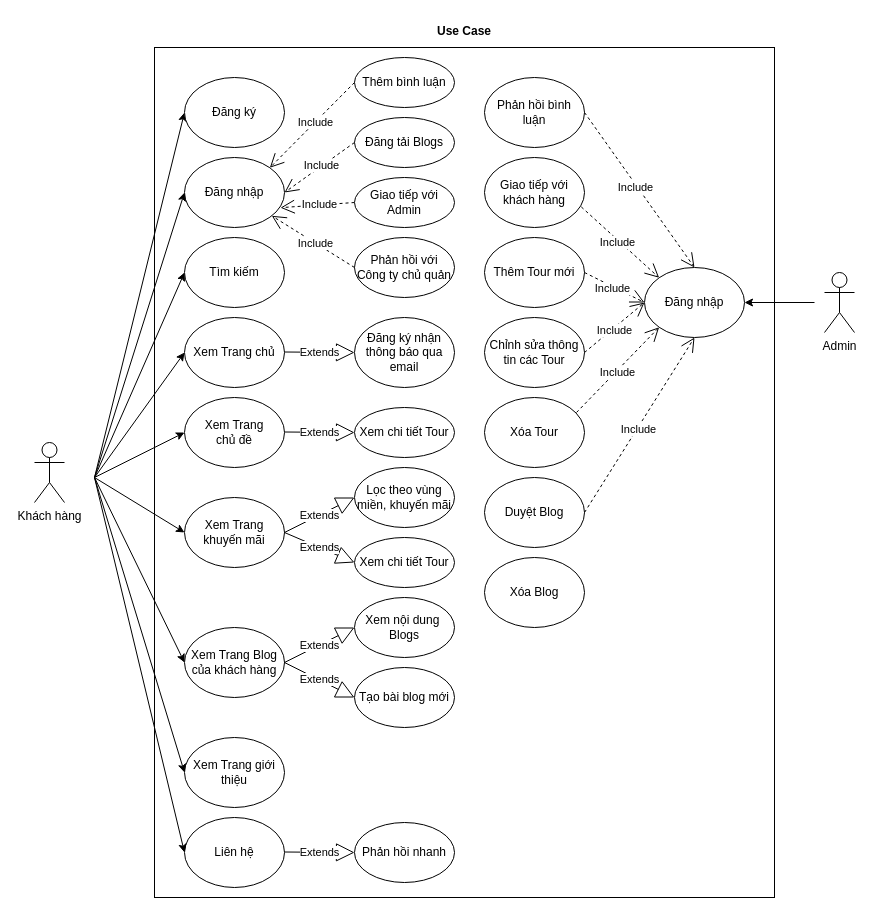
LuanMinhNguyen/nhom2thuctapchuyennganh keeps this draw.io diagram as Drawio/Use_Case.drawio. Above is the earlier version. Source tidied: cells renumbered, new cells numbered last; positions are measured from the earlier drawing's top-left corner, leaving out a move shared by most shapes. Both pictures are drawn from the tidied source at 100%, with x=0, y=0 at pixel (34, 17).
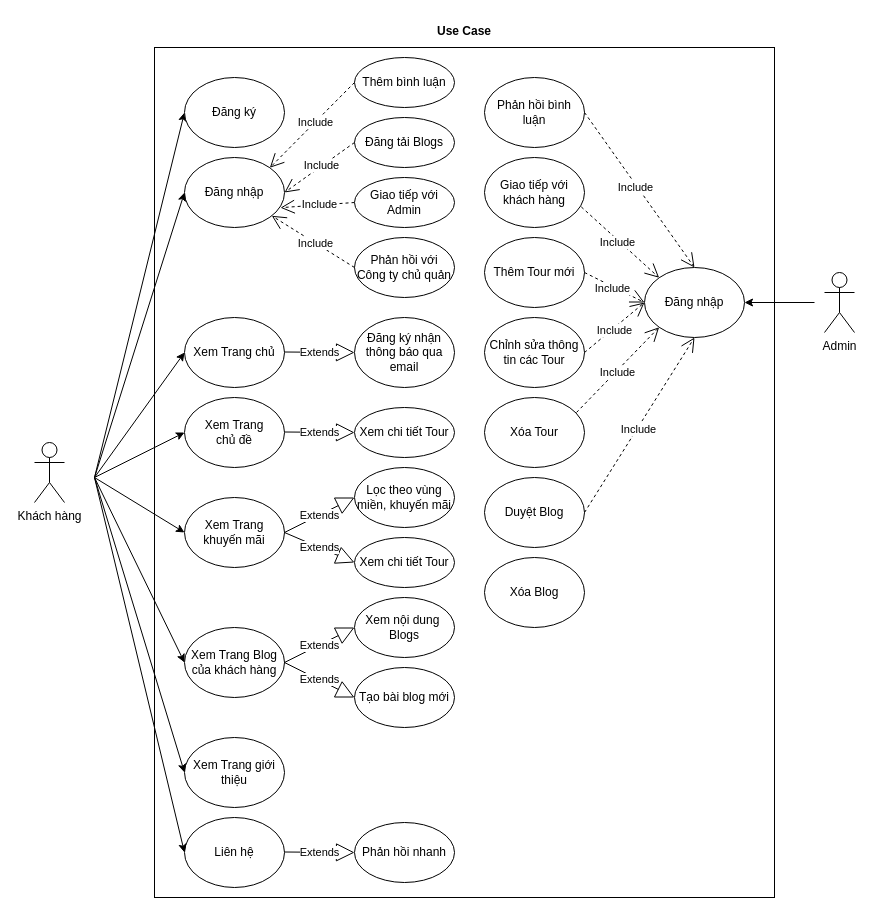
Above is the later version.

Change to the diagram source:
```diff
@@
-    <mxCell id="14" value="Tìm kiếm" style="ellipse;whiteSpace=wrap;html=1;" parent="1" vertex="1">
-      <mxGeometry x="150" y="220" width="100" height="70" as="geometry" />
-    </mxCell>
-    <mxCell id="15" style="endArrow=classic;html=1;entryX=0;entryY=0.5;entryDx=0;entryDy=0;" parent="1" edge="1" target="14">
-      <mxGeometry relative="1" as="geometry">
-        <mxPoint x="60" y="460" as="sourcePoint" />
-      </mxGeometry>
-    </mxCell>
```
